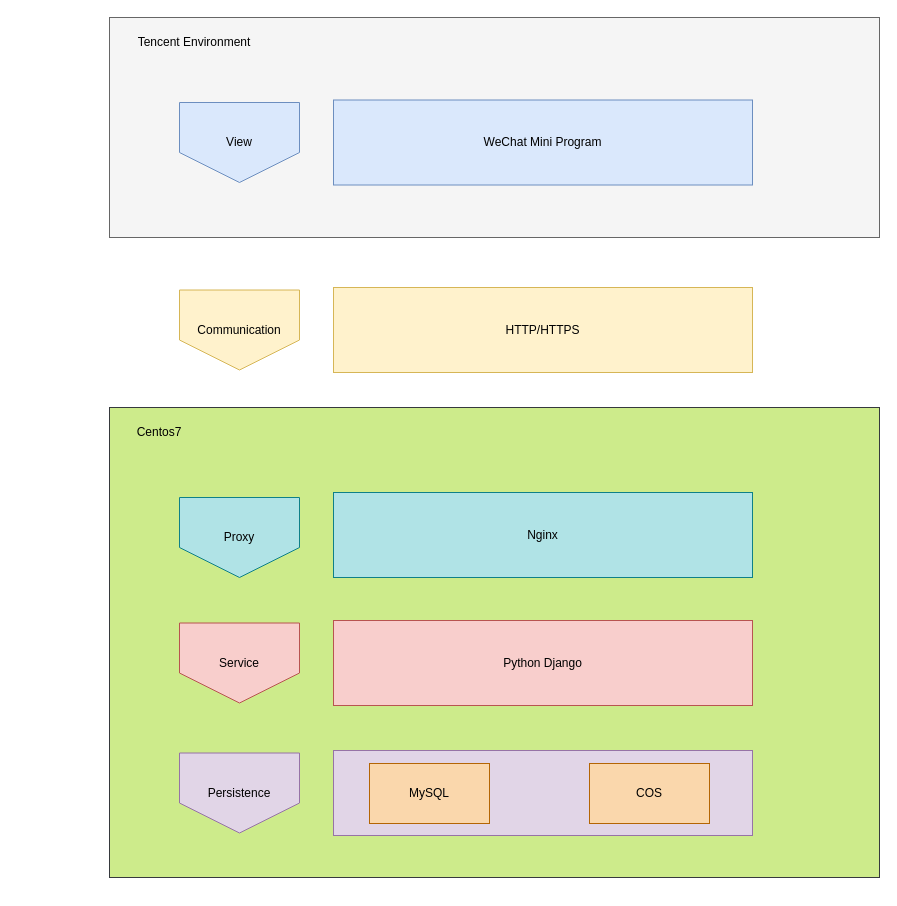
Before: page "逻辑架构图" (1 of 2) of tietie/架构设计图.drawio in Zhou-Ru-Xuan/drawio-workplace, a draw.io diagram. Source tidied: cells renumbered, new cells numbered last; positions are measured from the earlier drawing's top-left corner, leaving out a move shared by most shapes. Both pictures are drawn from the tidied source at 100%, with x=0, y=0 at pixel (109, 17).
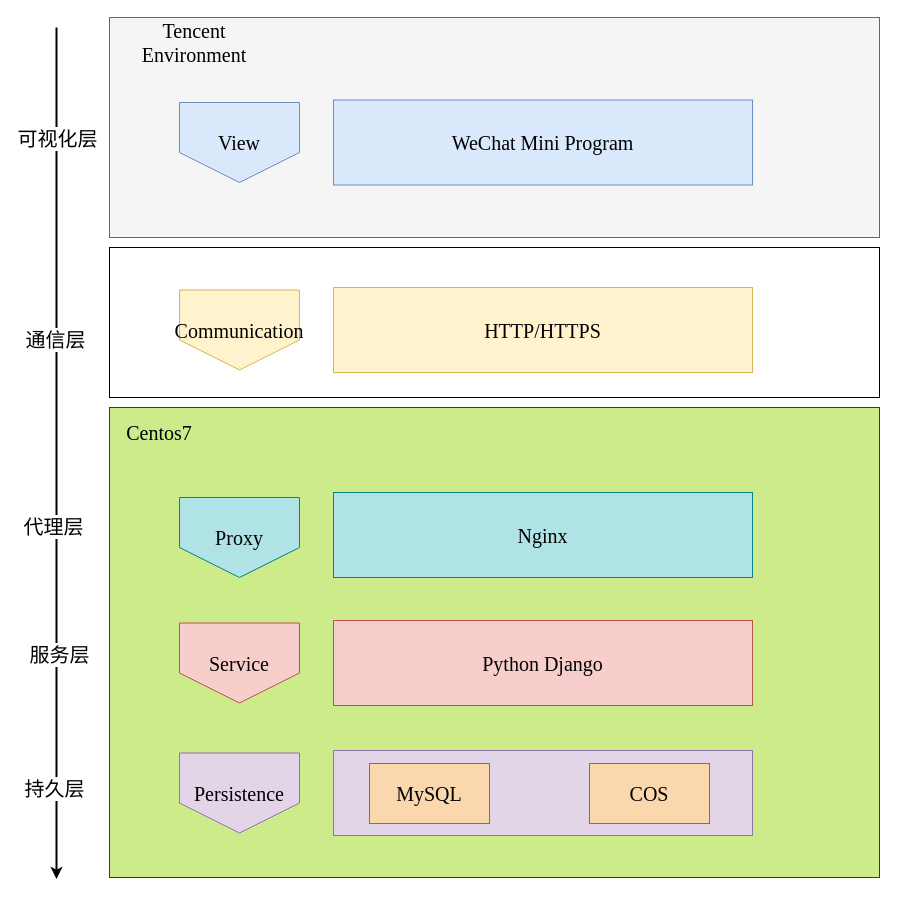
After the change.

What changed in the source:
```diff
@@
+    <mxCell id="18" style="rounded=0;whiteSpace=wrap;html=1;fontFamily=Times New Roman;fontSize=20;" parent="1" vertex="1">
+      <mxGeometry y="230" width="770" height="150" as="geometry" />
+    </mxCell>
-    <mxCell id="2" style="rounded=0;whiteSpace=wrap;html=1;fillColor=#f5f5f5;strokeColor=#666666;fontColor=#333333;" parent="1" vertex="1">
+    <mxCell id="2" style="rounded=0;whiteSpace=wrap;html=1;fillColor=#f5f5f5;strokeColor=#666666;fontColor=#333333;fontFamily=Times New Roman;fontSize=20;" parent="1" vertex="1">
       <mxGeometry width="770" height="220" as="geometry" />
     </mxCell>
-    <mxCell id="3" style="rounded=0;whiteSpace=wrap;html=1;fillColor=#cdeb8b;strokeColor=#36393d;" parent="1" vertex="1">
+    <mxCell id="3" style="rounded=0;whiteSpace=wrap;html=1;fillColor=#cdeb8b;strokeColor=#36393d;fontFamily=Times New Roman;fontSize=20;" parent="1" vertex="1">
       <mxGeometry y="390" width="770" height="470" as="geometry" />
     </mxCell>
-    <mxCell id="4" value="WeChat Mini Program" style="rounded=0;whiteSpace=wrap;html=1;fillColor=#dae8fc;strokeColor=#6c8ebf;" parent="1" vertex="1">
+    <mxCell id="4" value="WeChat Mini Program" style="rounded=0;whiteSpace=wrap;html=1;fillColor=#dae8fc;strokeColor=#6c8ebf;fontFamily=Times New Roman;fontSize=20;" parent="1" vertex="1">
       <mxGeometry x="224" y="82.5" width="419" height="85" as="geometry" />
     </mxCell>
-    <mxCell id="5" value="View" style="shape=offPageConnector;whiteSpace=wrap;html=1;fillColor=#dae8fc;strokeColor=#6c8ebf;" parent="1" vertex="1">
+    <mxCell id="5" value="View" style="shape=offPageConnector;whiteSpace=wrap;html=1;fillColor=#dae8fc;strokeColor=#6c8ebf;fontFamily=Times New Roman;fontSize=20;" parent="1" vertex="1">
       <mxGeometry x="70" y="85" width="120" height="80" as="geometry" />
     </mxCell>
-    <mxCell id="6" value="HTTP/HTTPS" style="rounded=0;whiteSpace=wrap;html=1;fillColor=#fff2cc;strokeColor=#d6b656;" parent="1" vertex="1">
+    <mxCell id="6" value="HTTP/HTTPS" style="rounded=0;whiteSpace=wrap;html=1;fillColor=#fff2cc;strokeColor=#d6b656;fontFamily=Times New Roman;fontSize=20;" parent="1" vertex="1">
       <mxGeometry x="224" y="270" width="419" height="85" as="geometry" />
     </mxCell>
-    <mxCell id="7" value="Communication" style="shape=offPageConnector;whiteSpace=wrap;html=1;fillColor=#fff2cc;strokeColor=#d6b656;" parent="1" vertex="1">
+    <mxCell id="7" value="Communication" style="shape=offPageConnector;whiteSpace=wrap;html=1;fillColor=#fff2cc;strokeColor=#d6b656;fontFamily=Times New Roman;fontSize=20;" parent="1" vertex="1">
       <mxGeometry x="70" y="272.5" width="120" height="80" as="geometry" />
     </mxCell>
-    <mxCell id="8" value="Python Django" style="rounded=0;whiteSpace=wrap;html=1;fillColor=#f8cecc;strokeColor=#b85450;" parent="1" vertex="1">
+    <mxCell id="8" value="Python Django" style="rounded=0;whiteSpace=wrap;html=1;fillColor=#f8cecc;strokeColor=#b85450;fontFamily=Times New Roman;fontSize=20;" parent="1" vertex="1">
       <mxGeometry x="224" y="603" width="419" height="85" as="geometry" />
     </mxCell>
-    <mxCell id="9" value="Service" style="shape=offPageConnector;whiteSpace=wrap;html=1;fillColor=#f8cecc;strokeColor=#b85450;" parent="1" vertex="1">
+    <mxCell id="9" value="Service" style="shape=offPageConnector;whiteSpace=wrap;html=1;fillColor=#f8cecc;strokeColor=#b85450;fontFamily=Times New Roman;fontSize=20;" parent="1" vertex="1">
       <mxGeometry x="70" y="605.5" width="120" height="80" as="geometry" />
     </mxCell>
-    <mxCell id="10" style="rounded=0;whiteSpace=wrap;html=1;fillColor=#e1d5e7;strokeColor=#9673a6;" parent="1" vertex="1">
+    <mxCell id="10" style="rounded=0;whiteSpace=wrap;html=1;fillColor=#e1d5e7;strokeColor=#9673a6;fontFamily=Times New Roman;fontSize=20;" parent="1" vertex="1">
       <mxGeometry x="224" y="733" width="419" height="85" as="geometry" />
     </mxCell>
-    <mxCell id="11" value="Persistence" style="shape=offPageConnector;whiteSpace=wrap;html=1;fillColor=#e1d5e7;strokeColor=#9673a6;" parent="1" vertex="1">
+    <mxCell id="11" value="Persistence" style="shape=offPageConnector;whiteSpace=wrap;html=1;fillColor=#e1d5e7;strokeColor=#9673a6;fontFamily=Times New Roman;fontSize=20;" parent="1" vertex="1">
       <mxGeometry x="70" y="735.5" width="120" height="80" as="geometry" />
     </mxCell>
-    <mxCell id="12" value="MySQL" style="rounded=0;whiteSpace=wrap;html=1;fillColor=#fad7ac;strokeColor=#b46504;" parent="1" vertex="1">
+    <mxCell id="12" value="MySQL" style="rounded=0;whiteSpace=wrap;html=1;fillColor=#fad7ac;strokeColor=#b46504;fontFamily=Times New Roman;fontSize=20;" parent="1" vertex="1">
       <mxGeometry x="260" y="746" width="120" height="60" as="geometry" />
     </mxCell>
-    <mxCell id="13" value="COS" style="rounded=0;whiteSpace=wrap;html=1;fillColor=#fad7ac;strokeColor=#b46504;" parent="1" vertex="1">
+    <mxCell id="13" value="COS" style="rounded=0;whiteSpace=wrap;html=1;fillColor=#fad7ac;strokeColor=#b46504;fontFamily=Times New Roman;fontSize=20;" parent="1" vertex="1">
       <mxGeometry x="480" y="746" width="120" height="60" as="geometry" />
     </mxCell>
-    <mxCell id="14" value="Tencent Environment" style="text;html=1;strokeColor=none;fillColor=none;align=center;verticalAlign=middle;whiteSpace=wrap;rounded=0;" parent="1" vertex="1">
+    <mxCell id="14" value="Tencent Environment" style="text;html=1;strokeColor=none;fillColor=none;align=center;verticalAlign=middle;whiteSpace=wrap;rounded=0;fontFamily=Times New Roman;fontSize=20;" parent="1" vertex="1">
       <mxGeometry x="10" y="10" width="150" height="30" as="geometry" />
     </mxCell>
-    <mxCell id="15" value="Centos7" style="text;html=1;strokeColor=none;fillColor=none;align=center;verticalAlign=middle;whiteSpace=wrap;rounded=0;" parent="1" vertex="1">
+    <mxCell id="15" value="Centos7" style="text;html=1;strokeColor=none;fillColor=none;align=center;verticalAlign=middle;whiteSpace=wrap;rounded=0;fontFamily=Times New Roman;fontSize=20;" parent="1" vertex="1">
       <mxGeometry x="20" y="400" width="60" height="30" as="geometry" />
     </mxCell>
-    <mxCell id="16" value="Nginx" style="rounded=0;whiteSpace=wrap;html=1;fillColor=#b0e3e6;strokeColor=#0e8088;" parent="1" vertex="1">
+    <mxCell id="16" value="Nginx" style="rounded=0;whiteSpace=wrap;html=1;fillColor=#b0e3e6;strokeColor=#0e8088;fontFamily=Times New Roman;fontSize=20;" parent="1" vertex="1">
       <mxGeometry x="224" y="475" width="419" height="85" as="geometry" />
     </mxCell>
-    <mxCell id="17" value="Proxy" style="shape=offPageConnector;whiteSpace=wrap;html=1;fillColor=#b0e3e6;strokeColor=#0e8088;" parent="1" vertex="1">
+    <mxCell id="17" value="Proxy" style="shape=offPageConnector;whiteSpace=wrap;html=1;fillColor=#b0e3e6;strokeColor=#0e8088;fontFamily=Times New Roman;fontSize=20;" parent="1" vertex="1">
       <mxGeometry x="70" y="480" width="120" height="80" as="geometry" />
     </mxCell>
+    <mxCell id="19" style="endArrow=classic;html=1;rounded=0;fontFamily=Times New Roman;fontSize=20;strokeWidth=2;" parent="1" edge="1">
+      <mxGeometry relative="1" as="geometry">
+        <mxPoint x="-53" y="10" as="sourcePoint" />
+        <mxPoint x="-53" y="861.6" as="targetPoint" />
+      </mxGeometry>
+    </mxCell>
+    <mxCell id="20" value="&lt;font face=&quot;宋体&quot;&gt;可视化层&lt;/font&gt;" style="edgeLabel;html=1;align=center;verticalAlign=middle;fontSize=20;fontFamily=Times New Roman;" parent="19" vertex="1">
+      <mxGeometry x="-0.96" relative="1" as="geometry">
+        <mxPoint y="93" as="offset" />
+      </mxGeometry>
+    </mxCell>
+    <mxCell id="21" value="持久层" style="edgeLabel;html=1;align=center;verticalAlign=middle;fontSize=20;fontFamily=宋体;" parent="19" vertex="1">
+      <mxGeometry x="0.94" y="-3" relative="1" as="geometry">
+        <mxPoint y="-66" as="offset" />
+      </mxGeometry>
+    </mxCell>
+    <mxCell id="22" value="通信层" style="edgeLabel;html=1;align=center;verticalAlign=middle;fontSize=20;fontFamily=宋体;" parent="19" vertex="1">
+      <mxGeometry x="-0.27" y="-2" relative="1" as="geometry" />
+    </mxCell>
+    <mxCell id="23" value="代理层" style="edgeLabel;html=1;align=center;verticalAlign=middle;fontSize=20;fontFamily=宋体;" parent="19" vertex="1">
+      <mxGeometry x="0.07" y="-4" relative="1" as="geometry">
+        <mxPoint y="42" as="offset" />
+      </mxGeometry>
+    </mxCell>
+    <mxCell id="24" value="服务层" style="edgeLabel;html=1;align=center;verticalAlign=middle;fontSize=20;fontFamily=宋体;" parent="19" vertex="1">
+      <mxGeometry x="0.47" y="2" relative="1" as="geometry" />
+    </mxCell>
```
